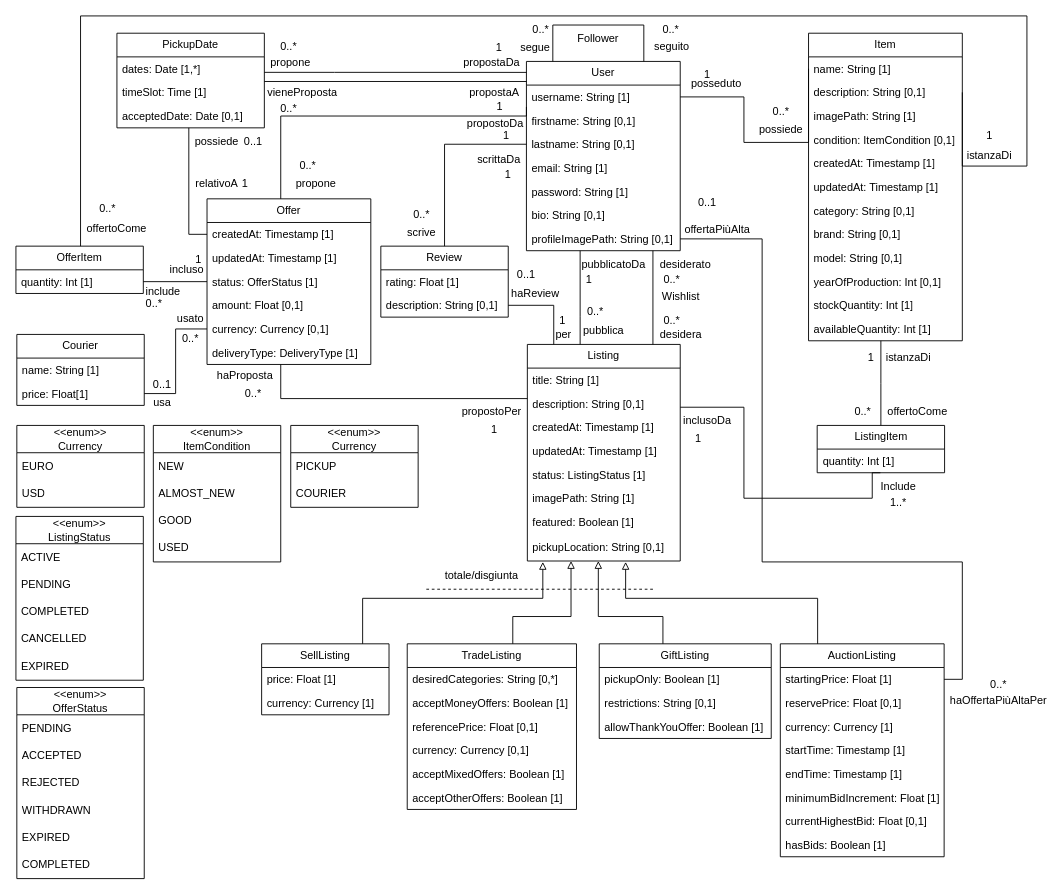
This is uninaswap.drawio from GritHat/diagrams-draw.io, a draw.io file, before an edit. Source tidied: cells renumbered, new cells numbered last; positions are measured from the earlier drawing's top-left corner, leaving out a move shared by most shapes. Both pictures are drawn from the tidied source at 91%, with x=0, y=0 at pixel (15, 15).
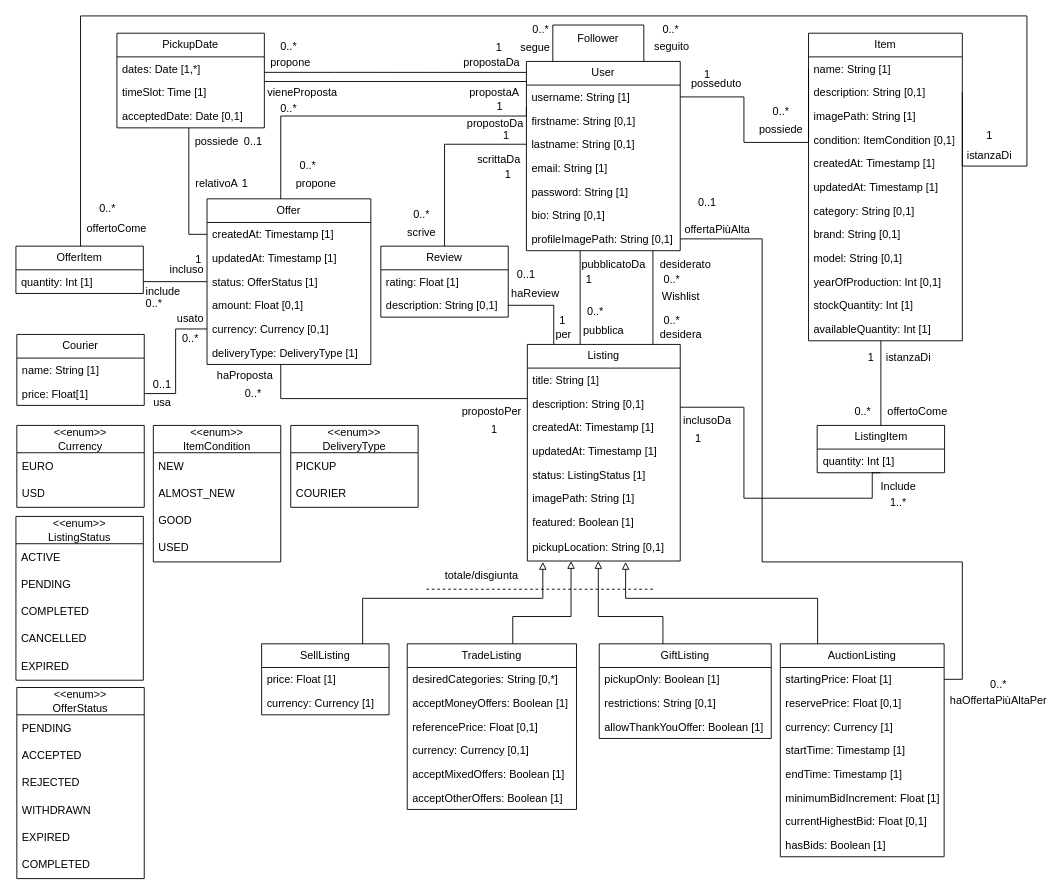
The same diagram, later.

Change to the diagram source:
```diff
@@
-    <mxCell id="163" value="&amp;lt;&amp;lt;enum&amp;gt;&amp;gt;&lt;div&gt;Currency&lt;/div&gt;" style="swimlane;fontStyle=0;horizontal=1;startSize=30;whiteSpace=wrap;html=1;" parent="1" vertex="1">
+    <mxCell id="163" value="&amp;lt;&amp;lt;enum&amp;gt;&amp;gt;&lt;div&gt;DeliveryType&lt;/div&gt;" style="swimlane;fontStyle=0;horizontal=1;startSize=30;whiteSpace=wrap;html=1;" parent="1" vertex="1">
       <mxGeometry x="302" y="450" width="140" height="90" as="geometry" />
     </mxCell>
```
